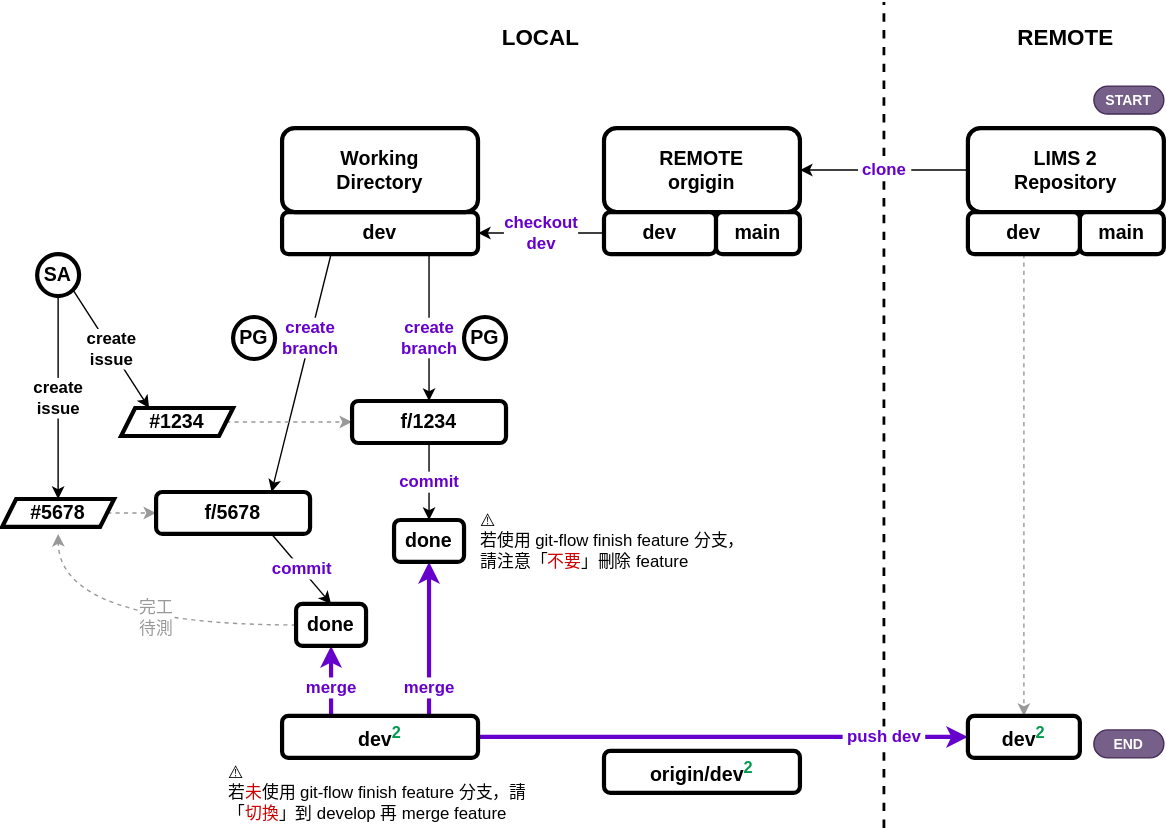
Earlier version of the draw.io export asset/lims-develop.svg (dpi627/SGS.OAD.GitTraining). Source tidied: cells renumbered, new cells last; positions are measured from the earlier drawing's top-left corner, leaving out a move shared by most shapes.
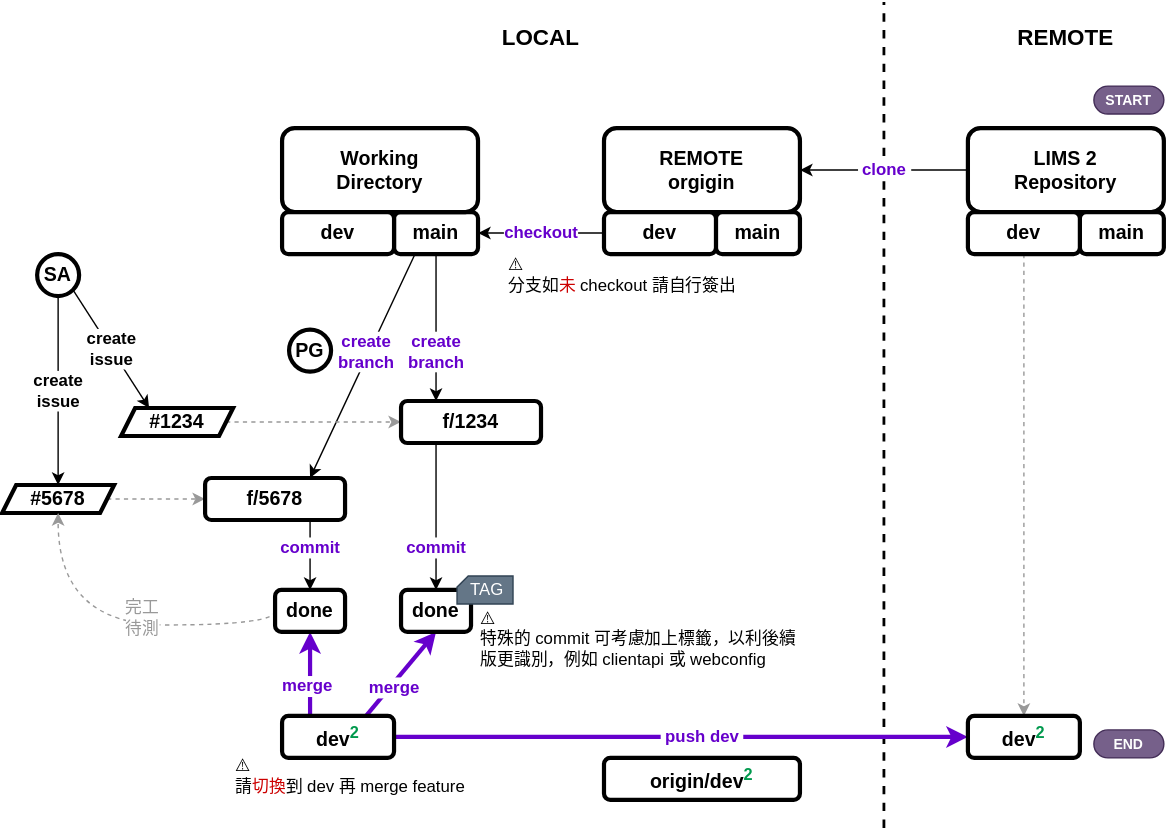
The same diagram one commit later.

Commit message:
chore: Update lims2 daily update documentation and add flowchart

Change to the diagram source:
```diff
@@ -17,7 +17,7 @@
     <mxCell id="5" value="main" style="rounded=1;whiteSpace=wrap;html=1;strokeWidth=3;fontSize=14;fontStyle=1;" parent="1" vertex="1">
       <mxGeometry x="770" y="150" width="60" height="30" as="geometry" />
     </mxCell>
-    <mxCell id="6" style="edgeStyle=orthogonalEdgeStyle;rounded=0;jettySize=auto;html=1;exitX=0.5;exitY=1;exitDx=0;exitDy=0;entryX=0.5;entryY=0;entryDx=0;entryDy=0;dashed=1;strokeColor=#999999;" parent="1" edge="1" source="7" target="36">
+    <mxCell id="6" style="edgeStyle=orthogonalEdgeStyle;rounded=0;jettySize=auto;html=1;exitX=0.5;exitY=1;exitDx=0;exitDy=0;entryX=0.5;entryY=0;entryDx=0;entryDy=0;dashed=1;strokeColor=#999999;" parent="1" edge="1" source="7" target="35">
       <mxGeometry relative="1" as="geometry" />
     </mxCell>
     <mxCell id="7" value="dev" style="rounded=1;whiteSpace=wrap;html=1;strokeWidth=3;fontSize=14;fontStyle=1;" parent="1" vertex="1">
@@ -29,20 +29,20 @@
     <mxCell id="9" value="main" style="rounded=1;whiteSpace=wrap;html=1;strokeWidth=3;fontSize=14;fontStyle=1;" parent="1" vertex="1">
       <mxGeometry x="510" y="150" width="60" height="30" as="geometry" />
     </mxCell>
-    <mxCell id="10" value="checkout&lt;div&gt;dev&lt;/div&gt;" style="edgeStyle=orthogonalEdgeStyle;rounded=0;jettySize=auto;html=1;exitX=0;exitY=0.5;exitDx=0;exitDy=0;fontSize=12;fontStyle=1;fontColor=#6600CC;" parent="1" edge="1" source="11" target="14">
+    <mxCell id="10" value="checkout" style="edgeStyle=orthogonalEdgeStyle;rounded=0;jettySize=auto;html=1;exitX=0;exitY=0.5;exitDx=0;exitDy=0;fontSize=12;fontStyle=1;fontColor=#6600CC;" parent="1" edge="1" source="11" target="14">
       <mxGeometry relative="1" as="geometry" />
     </mxCell>
     <mxCell id="11" value="dev" style="rounded=1;whiteSpace=wrap;html=1;strokeWidth=3;fontSize=14;fontStyle=1;" parent="1" vertex="1">
       <mxGeometry x="430" y="150" width="80" height="30" as="geometry" />
     </mxCell>
-    <mxCell id="12" value="create&lt;div style=&quot;font-size: 12px;&quot;&gt;branch&lt;/div&gt;" style="rounded=0;jettySize=auto;html=1;exitX=0.75;exitY=1;exitDx=0;exitDy=0;entryX=0.5;entryY=0;entryDx=0;entryDy=0;fontSize=12;fontStyle=1;fontColor=#6600CC;" parent="1" edge="1" source="14" target="24">
-      <mxGeometry x="0.14" relative="1" as="geometry" />
+    <mxCell id="12" value="create&lt;div style=&quot;font-size: 12px;&quot;&gt;branch&lt;/div&gt;" style="rounded=0;jettySize=auto;html=1;entryX=0.75;entryY=0;entryDx=0;entryDy=0;fontSize=12;fontStyle=1;fontColor=#6600CC;exitX=0.25;exitY=1;exitDx=0;exitDy=0;" parent="1" edge="1" source="14" target="26">
+      <mxGeometry x="-0.11" y="-2" relative="1" as="geometry" />
     </mxCell>
-    <mxCell id="13" value="create&lt;div style=&quot;font-size: 12px;&quot;&gt;branch&lt;/div&gt;" style="rounded=0;jettySize=auto;html=1;exitX=0.25;exitY=1;exitDx=0;exitDy=0;entryX=0.75;entryY=0;entryDx=0;entryDy=0;fontSize=12;fontStyle=1;fontColor=#6600CC;" parent="1" edge="1" source="14" target="26">
-      <mxGeometry x="-0.29" relative="1" as="geometry" />
+    <mxCell id="13" value="create&lt;br&gt;&lt;div&gt;branch&lt;/div&gt;" style="rounded=0;jettySize=auto;html=1;exitX=0.5;exitY=1;exitDx=0;exitDy=0;entryX=0.25;entryY=0;entryDx=0;entryDy=0;strokeColor=default;align=center;verticalAlign=middle;fontFamily=Helvetica;fontSize=12;fontColor=#6600CC;fontStyle=1;labelBackgroundColor=default;endArrow=classic;" parent="1" edge="1" source="14" target="24">
+      <mxGeometry x="0.33" relative="1" as="geometry" />
     </mxCell>
-    <mxCell id="14" value="dev" style="rounded=1;whiteSpace=wrap;html=1;strokeWidth=3;fontSize=14;fontStyle=1;" parent="1" vertex="1">
-      <mxGeometry x="200" y="150" width="140" height="30" as="geometry" />
+    <mxCell id="14" value="main" style="rounded=1;whiteSpace=wrap;html=1;strokeWidth=3;fontSize=14;fontStyle=1;" parent="1" vertex="1">
+      <mxGeometry x="280" y="150" width="60" height="30" as="geometry" />
     </mxCell>
     <mxCell id="15" value="Working&lt;div&gt;Directory&lt;/div&gt;" style="rounded=1;whiteSpace=wrap;html=1;strokeWidth=3;fontSize=14;fontStyle=1;" parent="1" vertex="1">
       <mxGeometry x="200" y="90" width="140" height="60" as="geometry" />
@@ -66,75 +66,81 @@
       <mxGeometry relative="1" as="geometry" />
     </mxCell>
     <mxCell id="22" value="#5678" style="shape=parallelogram;perimeter=parallelogramPerimeter;whiteSpace=wrap;html=1;fixedSize=1;fontSize=14;fontStyle=1;strokeWidth=3;size=10;" parent="1" vertex="1">
-      <mxGeometry y="355" width="80" height="20" as="geometry" />
+      <mxGeometry y="345" width="80" height="20" as="geometry" />
     </mxCell>
-    <mxCell id="23" value="commit" style="rounded=0;jettySize=auto;html=1;exitX=0.5;exitY=1;exitDx=0;exitDy=0;entryX=0.5;entryY=0;entryDx=0;entryDy=0;fontSize=12;fontStyle=1;fontColor=#6600CC;" parent="1" edge="1" source="24" target="35">
-      <mxGeometry relative="1" as="geometry" />
+    <mxCell id="23" value="commit" style="rounded=0;jettySize=auto;html=1;exitX=0.25;exitY=1;exitDx=0;exitDy=0;entryX=0.5;entryY=0;entryDx=0;entryDy=0;fontSize=12;fontStyle=1;fontColor=#6600CC;" parent="1" edge="1" source="24" target="34">
+      <mxGeometry x="0.43" relative="1" as="geometry" />
     </mxCell>
     <mxCell id="24" value="f/1234" style="rounded=1;whiteSpace=wrap;html=1;strokeWidth=3;fontSize=14;fontStyle=1;" parent="1" vertex="1">
-      <mxGeometry x="250" y="285" width="110" height="30" as="geometry" />
+      <mxGeometry x="285" y="285" width="100" height="30" as="geometry" />
     </mxCell>
-    <mxCell id="25" value="commit" style="rounded=0;jettySize=auto;html=1;exitX=0.75;exitY=1;exitDx=0;exitDy=0;entryX=0.5;entryY=0;entryDx=0;entryDy=0;fontSize=12;fontStyle=1;fontColor=#6600CC;" parent="1" edge="1" source="26" target="34">
-      <mxGeometry relative="1" as="geometry" />
+    <mxCell id="25" value="commit" style="rounded=0;jettySize=auto;html=1;exitX=0.75;exitY=1;exitDx=0;exitDy=0;entryX=0.5;entryY=0;entryDx=0;entryDy=0;fontSize=12;fontStyle=1;fontColor=#6600CC;" parent="1" edge="1" source="26" target="33">
+      <mxGeometry x="-0.2" relative="1" as="geometry" />
     </mxCell>
     <mxCell id="26" value="f/5678" style="rounded=1;whiteSpace=wrap;html=1;strokeWidth=3;fontSize=14;fontStyle=1;" parent="1" vertex="1">
-      <mxGeometry x="110" y="350" width="110" height="30" as="geometry" />
+      <mxGeometry x="145" y="340" width="100" height="30" as="geometry" />
     </mxCell>
     <mxCell id="27" value="PG" style="ellipse;whiteSpace=wrap;html=1;fontStyle=1;strokeWidth=3;fontSize=14;" parent="1" vertex="1">
-      <mxGeometry x="330" y="225" width="30" height="30" as="geometry" />
+      <mxGeometry x="205" y="234" width="30" height="30" as="geometry" />
     </mxCell>
-    <mxCell id="28" value="PG" style="ellipse;whiteSpace=wrap;html=1;fontStyle=1;strokeWidth=3;fontSize=14;" parent="1" vertex="1">
-      <mxGeometry x="165" y="225" width="30" height="30" as="geometry" />
+    <mxCell id="28" value="merge" style="rounded=0;jettySize=auto;html=1;exitX=0.75;exitY=0;exitDx=0;exitDy=0;entryX=0.5;entryY=1;entryDx=0;entryDy=0;strokeWidth=3;fontSize=12;fontStyle=1;fontColor=#6600CC;strokeColor=#6600CC;" parent="1" edge="1" source="31" target="34">
+      <mxGeometry x="-0.28" y="-3" relative="1" as="geometry" />
     </mxCell>
-    <mxCell id="29" value="merge" style="rounded=0;jettySize=auto;html=1;exitX=0.75;exitY=0;exitDx=0;exitDy=0;entryX=0.5;entryY=1;entryDx=0;entryDy=0;strokeWidth=3;fontSize=12;fontStyle=1;fontColor=#6600CC;strokeColor=#6600CC;" parent="1" edge="1" source="32" target="35">
-      <mxGeometry x="-0.64" relative="1" as="geometry" />
+    <mxCell id="29" value="merge" style="rounded=0;jettySize=auto;html=1;exitX=0.25;exitY=0;exitDx=0;exitDy=0;entryX=0.5;entryY=1;entryDx=0;entryDy=0;strokeWidth=3;fontSize=12;fontStyle=1;fontColor=#6600CC;strokeColor=#6600CC;" parent="1" edge="1" source="31" target="33">
+      <mxGeometry x="-0.31" y="2" relative="1" as="geometry" />
     </mxCell>
-    <mxCell id="30" value="merge" style="rounded=0;jettySize=auto;html=1;exitX=0.25;exitY=0;exitDx=0;exitDy=0;entryX=0.5;entryY=1;entryDx=0;entryDy=0;strokeWidth=3;fontSize=12;fontStyle=1;fontColor=#6600CC;strokeColor=#6600CC;" parent="1" edge="1" source="32" target="34">
-      <mxGeometry x="-0.2" relative="1" as="geometry" />
+    <mxCell id="30" value="&amp;nbsp;push dev&amp;nbsp;" style="edgeStyle=orthogonalEdgeStyle;rounded=0;jettySize=auto;html=1;exitX=1;exitY=0.5;exitDx=0;exitDy=0;entryX=0;entryY=0.5;entryDx=0;entryDy=0;fontSize=12;fontStyle=1;fontColor=#6600CC;strokeColor=#6600CC;strokeWidth=3;align=center;verticalAlign=middle;fontFamily=Helvetica;labelBackgroundColor=default;endArrow=classic;" parent="1" edge="1" source="31" target="35">
+      <mxGeometry x="0.07" relative="1" as="geometry" />
     </mxCell>
-    <mxCell id="31" value="&amp;nbsp;push dev&amp;nbsp;" style="edgeStyle=orthogonalEdgeStyle;rounded=0;jettySize=auto;html=1;exitX=1;exitY=0.5;exitDx=0;exitDy=0;entryX=0;entryY=0.5;entryDx=0;entryDy=0;fontSize=12;fontStyle=1;fontColor=#6600CC;strokeColor=#6600CC;strokeWidth=3;align=center;verticalAlign=middle;fontFamily=Helvetica;labelBackgroundColor=default;endArrow=classic;" parent="1" edge="1" source="32" target="36">
-      <mxGeometry x="0.66" relative="1" as="geometry" />
+    <mxCell id="31" value="dev&lt;sup&gt;&lt;font color=&quot;#00994d&quot;&gt;2&lt;/font&gt;&lt;/sup&gt;" style="rounded=1;whiteSpace=wrap;html=1;strokeWidth=3;fontSize=14;fontStyle=1;" parent="1" vertex="1">
+      <mxGeometry x="200" y="510" width="80" height="30" as="geometry" />
     </mxCell>
-    <mxCell id="32" value="dev&lt;sup&gt;&lt;font color=&quot;#00994d&quot;&gt;2&lt;/font&gt;&lt;/sup&gt;" style="rounded=1;whiteSpace=wrap;html=1;strokeWidth=3;fontSize=14;fontStyle=1;" parent="1" vertex="1">
-      <mxGeometry x="200" y="510" width="140" height="30" as="geometry" />
+    <mxCell id="32" value="完工&lt;div&gt;待測&lt;/div&gt;" style="edgeStyle=orthogonalEdgeStyle;rounded=0;jettySize=auto;html=1;exitX=0;exitY=0.5;exitDx=0;exitDy=0;dashed=1;strokeColor=#999999;align=center;verticalAlign=middle;fontFamily=Helvetica;fontSize=12;fontColor=#999999;labelBackgroundColor=default;endArrow=classic;curved=1;entryX=0.5;entryY=1;entryDx=0;entryDy=0;" parent="1" edge="1" source="33" target="22">
+      <mxGeometry x="-0.15" y="-5" relative="1" as="geometry">
+        <Array as="points">
+          <mxPoint x="195" y="445" />
+          <mxPoint x="40" y="445" />
+        </Array>
+      </mxGeometry>
     </mxCell>
-    <mxCell id="33" value="完工&lt;div&gt;待測&lt;/div&gt;" style="edgeStyle=orthogonalEdgeStyle;rounded=0;jettySize=auto;html=1;exitX=0;exitY=0.5;exitDx=0;exitDy=0;dashed=1;strokeColor=#999999;align=center;verticalAlign=middle;fontFamily=Helvetica;fontSize=12;fontColor=#999999;labelBackgroundColor=default;endArrow=classic;curved=1;" parent="1" edge="1" source="34">
-      <mxGeometry x="-0.15" y="-5" relative="1" as="geometry">
-        <mxPoint x="40" y="380" as="targetPoint" />
-        <Array as="points">
-          <mxPoint x="41" y="445" />
-        </Array>
-      </mxGeometry>
+    <mxCell id="33" value="done" style="rounded=1;whiteSpace=wrap;html=1;strokeWidth=3;fontSize=14;fontStyle=1;" parent="1" vertex="1">
+      <mxGeometry x="195" y="420" width="50" height="30" as="geometry" />
     </mxCell>
     <mxCell id="34" value="done" style="rounded=1;whiteSpace=wrap;html=1;strokeWidth=3;fontSize=14;fontStyle=1;" parent="1" vertex="1">
-      <mxGeometry x="210" y="430" width="50" height="30" as="geometry" />
+      <mxGeometry x="285" y="420" width="50" height="30" as="geometry" />
     </mxCell>
-    <mxCell id="35" value="done" style="rounded=1;whiteSpace=wrap;html=1;strokeWidth=3;fontSize=14;fontStyle=1;" parent="1" vertex="1">
-      <mxGeometry x="280" y="370" width="50" height="30" as="geometry" />
+    <mxCell id="35" value="dev&lt;sup&gt;&lt;font color=&quot;#00994d&quot;&gt;2&lt;/font&gt;&lt;/sup&gt;" style="rounded=1;whiteSpace=wrap;html=1;strokeWidth=3;fontSize=14;fontStyle=1;" parent="1" vertex="1">
+      <mxGeometry x="690" y="510" width="80" height="30" as="geometry" />
     </mxCell>
-    <mxCell id="36" value="dev&lt;sup&gt;&lt;font color=&quot;#00994d&quot;&gt;2&lt;/font&gt;&lt;/sup&gt;" style="rounded=1;whiteSpace=wrap;html=1;strokeWidth=3;fontSize=14;fontStyle=1;" parent="1" vertex="1">
-      <mxGeometry x="690" y="510" width="80" height="30" as="geometry" />
+    <mxCell id="36" value="⚠️&lt;br&gt;分支如&lt;font color=&quot;#cc0000&quot;&gt;未&lt;/font&gt; checkout 請自行簽出" style="text;html=1;align=left;verticalAlign=middle;whiteSpace=wrap;rounded=0;" parent="1" vertex="1">
+      <mxGeometry x="360" y="180" width="170" height="30" as="geometry" />
     </mxCell>
-    <mxCell id="37" value="⚠️&lt;br&gt;若使用 git-flow finish feature 分支，請注意「&lt;font color=&quot;#cc0000&quot;&gt;不要&lt;/font&gt;」刪除 feature" style="text;html=1;align=left;verticalAlign=middle;whiteSpace=wrap;rounded=0;" parent="1" vertex="1">
-      <mxGeometry x="340" y="360" width="200" height="50" as="geometry" />
+    <mxCell id="37" value="⚠️&lt;br&gt;請&lt;font color=&quot;#cc0000&quot;&gt;切換&lt;/font&gt;到 dev 再 merge feature" style="text;html=1;align=left;verticalAlign=middle;whiteSpace=wrap;rounded=0;" parent="1" vertex="1">
+      <mxGeometry x="165" y="535" width="200" height="35" as="geometry" />
     </mxCell>
-    <mxCell id="38" value="⚠️&lt;br&gt;若&lt;font color=&quot;#cc0000&quot;&gt;未&lt;/font&gt;使用 git-flow finish feature 分支，請「&lt;font color=&quot;#cc0000&quot;&gt;切換&lt;/font&gt;」到 develop 再 merge feature" style="text;html=1;align=left;verticalAlign=middle;whiteSpace=wrap;rounded=0;" parent="1" vertex="1">
-      <mxGeometry x="160" y="540" width="220" height="50" as="geometry" />
+    <mxCell id="38" value="START" style="rounded=1;whiteSpace=wrap;html=1;arcSize=50;fontSize=10;fillColor=#76608a;fontColor=#ffffff;strokeColor=#432D57;fontStyle=1;" parent="1" vertex="1">
+      <mxGeometry x="780" y="60" width="50" height="20" as="geometry" />
     </mxCell>
-    <mxCell id="39" value="START" style="rounded=1;whiteSpace=wrap;html=1;arcSize=50;fontSize=10;fillColor=#76608a;fontColor=#ffffff;strokeColor=#432D57;fontStyle=1;" parent="1" vertex="1">
-      <mxGeometry x="780" y="60" width="50" height="20" as="geometry" />
+    <mxCell id="39" value="END" style="rounded=1;whiteSpace=wrap;html=1;arcSize=50;fontSize=10;fillColor=#76608a;fontColor=#ffffff;strokeColor=#432D57;fontStyle=1;" parent="1" vertex="1">
+      <mxGeometry x="780" y="520" width="50" height="20" as="geometry" />
     </mxCell>
-    <mxCell id="40" value="END" style="rounded=1;whiteSpace=wrap;html=1;arcSize=50;fontSize=10;fillColor=#76608a;fontColor=#ffffff;strokeColor=#432D57;fontStyle=1;" parent="1" vertex="1">
-      <mxGeometry x="780" y="520" width="50" height="20" as="geometry" />
+    <mxCell id="40" value="LOCAL" style="text;html=1;align=center;verticalAlign=middle;whiteSpace=wrap;rounded=0;fontStyle=1;fontSize=16;" parent="1" vertex="1">
+      <mxGeometry x="340" y="10" width="90" height="30" as="geometry" />
     </mxCell>
-    <mxCell id="41" value="LOCAL" style="text;html=1;align=center;verticalAlign=middle;whiteSpace=wrap;rounded=0;fontStyle=1;fontSize=16;" parent="1" vertex="1">
-      <mxGeometry x="340" y="10" width="90" height="30" as="geometry" />
+    <mxCell id="41" value="REMOTE" style="text;html=1;align=center;verticalAlign=middle;whiteSpace=wrap;rounded=0;fontStyle=1;fontSize=16;" parent="1" vertex="1">
+      <mxGeometry x="715" y="10" width="90" height="30" as="geometry" />
     </mxCell>
-    <mxCell id="42" value="REMOTE" style="text;html=1;align=center;verticalAlign=middle;whiteSpace=wrap;rounded=0;fontStyle=1;fontSize=16;" parent="1" vertex="1">
-      <mxGeometry x="715" y="10" width="90" height="30" as="geometry" />
+    <mxCell id="42" value="origin/dev&lt;sup&gt;&lt;font color=&quot;#00994d&quot;&gt;2&lt;/font&gt;&lt;/sup&gt;" style="rounded=1;whiteSpace=wrap;html=1;strokeWidth=3;fontSize=14;fontStyle=1;" parent="1" vertex="1">
+      <mxGeometry x="430" y="540" width="140" height="30" as="geometry" />
     </mxCell>
-    <mxCell id="43" value="origin/dev&lt;sup&gt;&lt;font color=&quot;#00994d&quot;&gt;2&lt;/font&gt;&lt;/sup&gt;" style="rounded=1;whiteSpace=wrap;html=1;strokeWidth=3;fontSize=14;fontStyle=1;" parent="1" vertex="1">
-      <mxGeometry x="430" y="535" width="140" height="30" as="geometry" />
+    <mxCell id="43" value="dev" style="rounded=1;whiteSpace=wrap;html=1;strokeWidth=3;fontSize=14;fontStyle=1;" parent="1" vertex="1">
+      <mxGeometry x="200" y="150" width="80" height="30" as="geometry" />
     </mxCell>
+    <mxCell id="44" value="&amp;nbsp;TAG" style="shape=card;whiteSpace=wrap;html=1;size=8;fillColor=#647687;fontColor=#ffffff;strokeColor=#314354;" parent="1" vertex="1">
+      <mxGeometry x="325" y="410" width="40" height="20" as="geometry" />
+    </mxCell>
+    <mxCell id="45" value="⚠️&lt;br&gt;特殊的 commit 可考慮加上標籤，以利後續版更識別，例如 clientapi 或 webconfig" style="text;html=1;align=left;verticalAlign=middle;whiteSpace=wrap;rounded=0;" parent="1" vertex="1">
+      <mxGeometry x="340" y="430" width="230" height="50" as="geometry" />
+    </mxCell>
   </root>
 </mxGraphModel>
```
